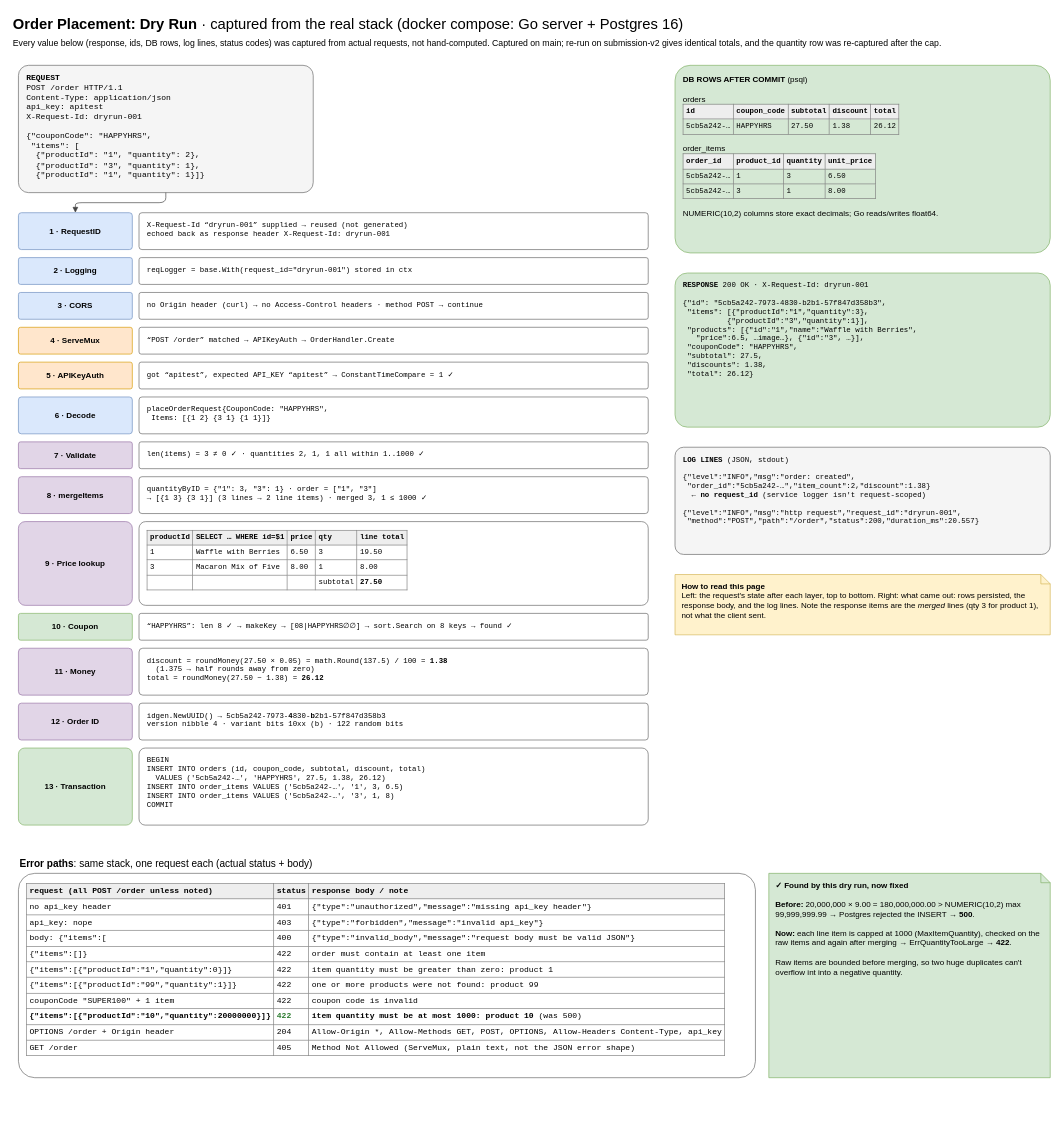
Earlier version of the draw.io diagram page "Dry run - real request" (3 of 3) of docs/diagrams/order.drawio (Vasanth-Korada/oolio-kart-challenge). Source tidied: cells renumbered, new cells numbered last; positions are measured from the earlier drawing's top-left corner, leaving out a move shared by most shapes. Both pictures are drawn from the tidied source at 67%, with x=0, y=0 at pixel (11, 11).
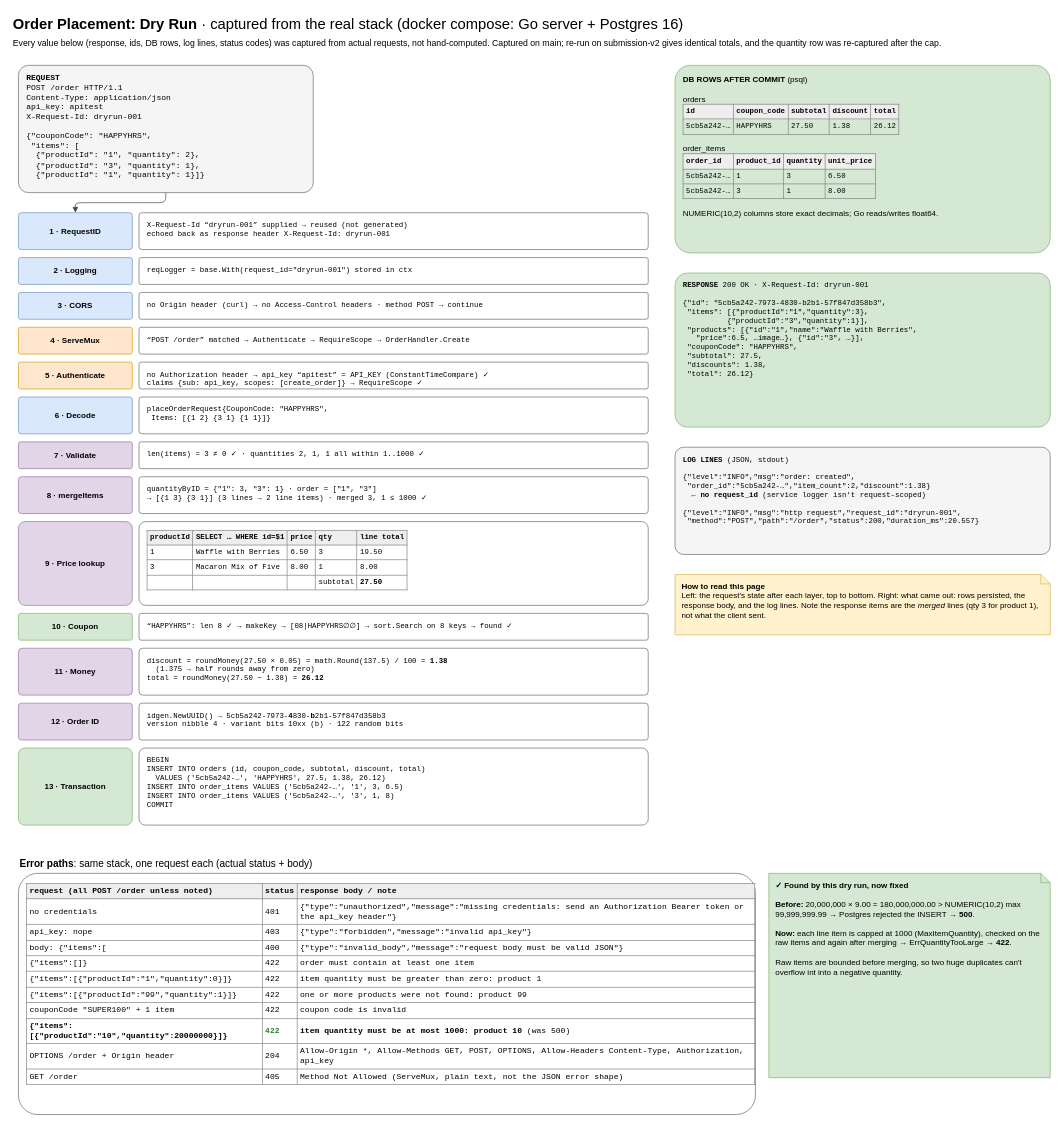
The same page after the edit.

Diff of the diagram source:
```diff
@@
-    <mxCell id="12" value="“POST /order” matched → APIKeyAuth → OrderHandler.Create" style="rounded=1;arcSize=8;whiteSpace=wrap;html=1;fillColor=#ffffff;strokeColor=#666666;fontSize=12;fontFamily=Courier New;align=left;spacingLeft=10;verticalAlign=top;spacingTop=6;fontSize=11;" parent="1" vertex="1">
+    <mxCell id="12" value="“POST /order” matched → Authenticate → RequireScope → OrderHandler.Create" style="rounded=1;arcSize=8;whiteSpace=wrap;html=1;fillColor=#ffffff;strokeColor=#666666;fontSize=12;fontFamily=Courier New;align=left;spacingLeft=10;verticalAlign=top;spacingTop=6;fontSize=11;" parent="1" vertex="1">
       <mxGeometry x="190" y="471" width="760" height="40" as="geometry" />
     </mxCell>
-    <mxCell id="13" value="&lt;b&gt;5 · APIKeyAuth&lt;/b&gt;" style="rounded=1;arcSize=8;whiteSpace=wrap;html=1;fillColor=#ffe6cc;strokeColor=#d79b00;fontSize=12;" parent="1" vertex="1">
+    <mxCell id="13" value="&lt;b&gt;5 · Authenticate&lt;/b&gt;" style="rounded=1;arcSize=8;whiteSpace=wrap;html=1;fillColor=#ffe6cc;strokeColor=#d79b00;fontSize=12;" parent="1" vertex="1">
       <mxGeometry x="10" y="523" width="170" height="40" as="geometry" />
     </mxCell>
-    <mxCell id="14" value="got “apitest”, expected API_KEY “apitest” → ConstantTimeCompare = 1 ✓" style="rounded=1;arcSize=8;whiteSpace=wrap;html=1;fillColor=#ffffff;strokeColor=#666666;fontSize=12;fontFamily=Courier New;align=left;spacingLeft=10;verticalAlign=top;spacingTop=6;fontSize=11;" parent="1" vertex="1">
+    <mxCell id="14" value="no Authorization header → api_key “apitest” = API_KEY (ConstantTimeCompare) ✓&lt;br&gt;claims {sub: api_key, scopes: [create_order]} → RequireScope ✓" style="rounded=1;arcSize=8;whiteSpace=wrap;html=1;fillColor=#ffffff;strokeColor=#666666;fontSize=12;fontFamily=Courier New;align=left;spacingLeft=10;verticalAlign=top;spacingTop=6;fontSize=11;" parent="1" vertex="1">
       <mxGeometry x="190" y="523" width="760" height="40" as="geometry" />
     </mxCell>
@@
-    <mxCell id="37" value="&lt;table border='1' cellpadding='4' style='border-collapse:collapse;font-size:12px;font-family:Courier New'&gt;&lt;tr style='background:#eeeeee'&gt;&lt;th&gt;request (all POST /order unless noted)&lt;/th&gt;&lt;th&gt;status&lt;/th&gt;&lt;th&gt;response body / note&lt;/th&gt;&lt;/tr&gt;&lt;tr&gt;&lt;td&gt;no api_key header&lt;/td&gt;&lt;td&gt;401&lt;/td&gt;&lt;td&gt;{&quot;type&quot;:&quot;unauthorized&quot;,&quot;message&quot;:&quot;missing api_key header&quot;}&lt;/td&gt;&lt;/tr&gt;&lt;tr&gt;&lt;td&gt;api_key: nope&lt;/td&gt;&lt;td&gt;403&lt;/td&gt;&lt;td&gt;{&quot;type&quot;:&quot;forbidden&quot;,&quot;message&quot;:&quot;invalid api_key&quot;}&lt;/td&gt;&lt;/tr&gt;&lt;tr&gt;&lt;td&gt;body: {&quot;items&quot;:[&lt;/td&gt;&lt;td&gt;400&lt;/td&gt;&lt;td&gt;{&quot;type&quot;:&quot;invalid_body&quot;,&quot;message&quot;:&quot;request body must be valid JSON&quot;}&lt;/td&gt;&lt;/tr&gt;&lt;tr&gt;&lt;td&gt;{&quot;items&quot;:[]}&lt;/td&gt;&lt;td&gt;422&lt;/td&gt;&lt;td&gt;order must contain at least one item&lt;/td&gt;&lt;/tr&gt;&lt;tr&gt;&lt;td&gt;{&quot;items&quot;:[{&quot;productId&quot;:&quot;1&quot;,&quot;quantity&quot;:0}]}&lt;/td&gt;&lt;td&gt;422&lt;/td&gt;&lt;td&gt;item quantity must be greater than zero: product 1&lt;/td&gt;&lt;/tr&gt;&lt;tr&gt;&lt;td&gt;{&quot;items&quot;:[{&quot;productId&quot;:&quot;99&quot;,&quot;quantity&quot;:1}]}&lt;/td&gt;&lt;td&gt;422&lt;/td&gt;&lt;td&gt;one or more products were not found: product 99&lt;/td&gt;&lt;/tr&gt;&lt;tr&gt;&lt;td&gt;couponCode &quot;SUPER100&quot; + 1 item&lt;/td&gt;&lt;td&gt;422&lt;/td&gt;&lt;td&gt;coupon code is invalid&lt;/td&gt;&lt;/tr&gt;&lt;tr&gt;&lt;td&gt;&lt;b&gt;{&quot;items&quot;:[{&quot;productId&quot;:&quot;10&quot;,&quot;quantity&quot;:20000000}]}&lt;/b&gt;&lt;/td&gt;&lt;td&gt;&lt;b style='color:#2e7d32'&gt;422&lt;/b&gt;&lt;/td&gt;&lt;td&gt;&lt;b&gt;item quantity must be at most 1000: product 10&lt;/b&gt; (was 500)&lt;/td&gt;&lt;/tr&gt;&lt;tr&gt;&lt;td&gt;OPTIONS /order + Origin header&lt;/td&gt;&lt;td&gt;204&lt;/td&gt;&lt;td&gt;Allow-Origin *, Allow-Methods GET, POST, OPTIONS, Allow-Headers Content-Type, api_key&lt;/td&gt;&lt;/tr&gt;&lt;tr&gt;&lt;td&gt;GET /order&lt;/td&gt;&lt;td&gt;405&lt;/td&gt;&lt;td&gt;Method Not Allowed (ServeMux, plain text, not the JSON error shape)&lt;/td&gt;&lt;/tr&gt;&lt;/table&gt;" style="rounded=1;arcSize=8;whiteSpace=wrap;html=1;fillColor=#ffffff;strokeColor=#666666;fontSize=12;align=left;verticalAlign=top;spacingLeft=10;spacingTop=8;" parent="1" vertex="1">
-      <mxGeometry x="10" y="1286" width="1100" height="305" as="geometry" />
+    <mxCell id="37" value="&lt;table border='1' cellpadding='4' style='border-collapse:collapse;font-size:12px;font-family:Courier New'&gt;&lt;tr style='background:#eeeeee'&gt;&lt;th&gt;request (all POST /order unless noted)&lt;/th&gt;&lt;th&gt;status&lt;/th&gt;&lt;th&gt;response body / note&lt;/th&gt;&lt;/tr&gt;&lt;tr&gt;&lt;td&gt;no credentials&lt;/td&gt;&lt;td&gt;401&lt;/td&gt;&lt;td&gt;{&quot;type&quot;:&quot;unauthorized&quot;,&quot;message&quot;:&quot;missing credentials: send an Authorization Bearer token or the api_key header&quot;}&lt;/td&gt;&lt;/tr&gt;&lt;tr&gt;&lt;td&gt;api_key: nope&lt;/td&gt;&lt;td&gt;403&lt;/td&gt;&lt;td&gt;{&quot;type&quot;:&quot;forbidden&quot;,&quot;message&quot;:&quot;invalid api_key&quot;}&lt;/td&gt;&lt;/tr&gt;&lt;tr&gt;&lt;td&gt;body: {&quot;items&quot;:[&lt;/td&gt;&lt;td&gt;400&lt;/td&gt;&lt;td&gt;{&quot;type&quot;:&quot;invalid_body&quot;,&quot;message&quot;:&quot;request body must be valid JSON&quot;}&lt;/td&gt;&lt;/tr&gt;&lt;tr&gt;&lt;td&gt;{&quot;items&quot;:[]}&lt;/td&gt;&lt;td&gt;422&lt;/td&gt;&lt;td&gt;order must contain at least one item&lt;/td&gt;&lt;/tr&gt;&lt;tr&gt;&lt;td&gt;{&quot;items&quot;:[{&quot;productId&quot;:&quot;1&quot;,&quot;quantity&quot;:0}]}&lt;/td&gt;&lt;td&gt;422&lt;/td&gt;&lt;td&gt;item quantity must be greater than zero: product 1&lt;/td&gt;&lt;/tr&gt;&lt;tr&gt;&lt;td&gt;{&quot;items&quot;:[{&quot;productId&quot;:&quot;99&quot;,&quot;quantity&quot;:1}]}&lt;/td&gt;&lt;td&gt;422&lt;/td&gt;&lt;td&gt;one or more products were not found: product 99&lt;/td&gt;&lt;/tr&gt;&lt;tr&gt;&lt;td&gt;couponCode &quot;SUPER100&quot; + 1 item&lt;/td&gt;&lt;td&gt;422&lt;/td&gt;&lt;td&gt;coupon code is invalid&lt;/td&gt;&lt;/tr&gt;&lt;tr&gt;&lt;td&gt;&lt;b&gt;{&quot;items&quot;:[{&quot;productId&quot;:&quot;10&quot;,&quot;quantity&quot;:20000000}]}&lt;/b&gt;&lt;/td&gt;&lt;td&gt;&lt;b style='color:#2e7d32'&gt;422&lt;/b&gt;&lt;/td&gt;&lt;td&gt;&lt;b&gt;item quantity must be at most 1000: product 10&lt;/b&gt; (was 500)&lt;/td&gt;&lt;/tr&gt;&lt;tr&gt;&lt;td&gt;OPTIONS /order + Origin header&lt;/td&gt;&lt;td&gt;204&lt;/td&gt;&lt;td&gt;Allow-Origin *, Allow-Methods GET, POST, OPTIONS, Allow-Headers Content-Type, Authorization, api_key&lt;/td&gt;&lt;/tr&gt;&lt;tr&gt;&lt;td&gt;GET /order&lt;/td&gt;&lt;td&gt;405&lt;/td&gt;&lt;td&gt;Method Not Allowed (ServeMux, plain text, not the JSON error shape)&lt;/td&gt;&lt;/tr&gt;&lt;/table&gt;" style="rounded=1;arcSize=8;whiteSpace=wrap;html=1;fillColor=#ffffff;strokeColor=#666666;fontSize=12;align=left;verticalAlign=top;spacingLeft=10;spacingTop=8;" parent="1" vertex="1">
+      <mxGeometry x="10" y="1286" width="1100" height="360" as="geometry" />
     </mxCell>
```
